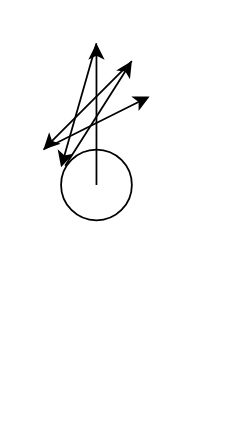
ratovia/my_atcoder keeps this draw.io diagram as page "ページ3" (3 of 4) of cusum/ruisekiwa.drawio. Above is the earlier version. Source tidied: cells renumbered, new cells numbered last; positions are measured from the earlier drawing's top-left corner, leaving out a move shared by most shapes. Both pictures are drawn from the tidied source at 177%, with x=0, y=0 at pixel (42, 42).
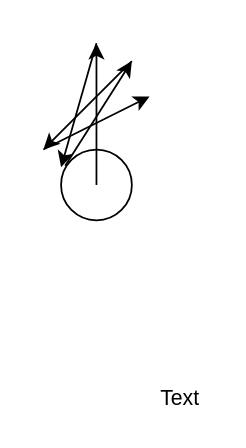
Above is the later version.

Diff of the diagram source:
```diff
@@
 <mxGraphModel>
   <root>
     <mxCell id="0" />
     <mxCell id="1" parent="0" />
     <mxCell id="2" style="ellipse;whiteSpace=wrap;html=1;" parent="1" vertex="1">
       <mxGeometry x="10" y="60" width="40" height="40" as="geometry" />
     </mxCell>
     <mxCell id="3" style="endArrow=classic;html=1;" parent="1" edge="1">
       <mxGeometry relative="1" as="geometry">
         <mxPoint x="30" y="80" as="sourcePoint" />
         <mxPoint x="30" as="targetPoint" />
       </mxGeometry>
     </mxCell>
     <mxCell id="4" style="endArrow=classic;html=1;entryX=0;entryY=0.25;entryDx=0;entryDy=0;entryPerimeter=0;" parent="1" edge="1" target="2">
       <mxGeometry relative="1" as="geometry">
         <mxPoint x="30" as="sourcePoint" />
       </mxGeometry>
     </mxCell>
     <mxCell id="5" style="endArrow=classic;html=1;exitX=0.059;exitY=0.228;exitDx=0;exitDy=0;exitPerimeter=0;" parent="1" edge="1" source="2">
       <mxGeometry relative="1" as="geometry">
         <mxPoint x="50" y="10" as="targetPoint" />
       </mxGeometry>
     </mxCell>
     <mxCell id="6" style="endArrow=classic;html=1;" parent="1" edge="1">
       <mxGeometry relative="1" as="geometry">
         <mxPoint x="50" y="10" as="sourcePoint" />
         <mxPoint y="60" as="targetPoint" />
       </mxGeometry>
     </mxCell>
     <mxCell id="7" style="endArrow=classic;html=1;" parent="1" edge="1">
       <mxGeometry relative="1" as="geometry">
         <mxPoint y="60" as="sourcePoint" />
         <mxPoint x="60" y="30" as="targetPoint" />
       </mxGeometry>
     </mxCell>
+    <mxCell id="8" value="Text" style="text;html=1;align=center;verticalAlign=middle;" parent="1" vertex="1">
+      <mxGeometry x="57" y="191" width="40" height="20" as="geometry" />
+    </mxCell>
   </root>
 </mxGraphModel>
```
